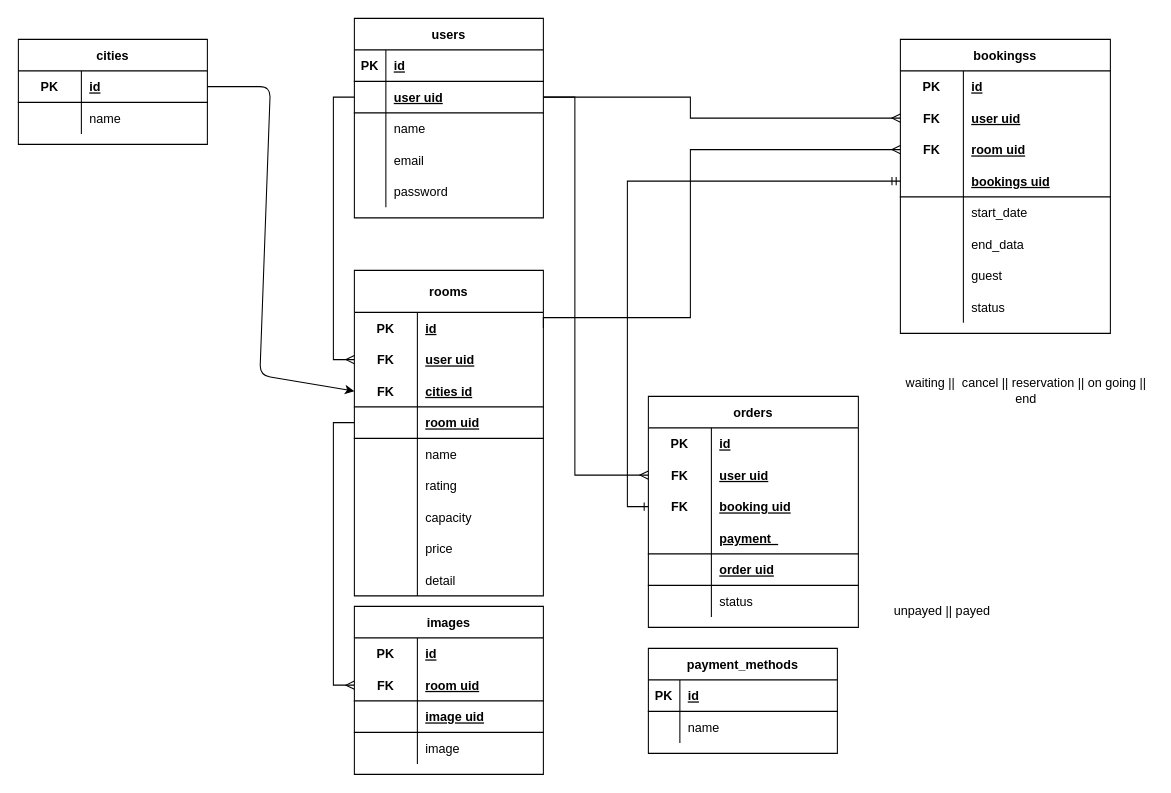
The draw.io diagram repository/erd/altaProject .drawio in AIRBNB-App-Project2/backend-airbnb, before the edit. Source tidied: cells renumbered, new cells numbered last; positions are measured from the earlier drawing's top-left corner, leaving out a move shared by most shapes. Both pictures are drawn from the tidied source at 105%, with x=0, y=0 at pixel (18, 18).
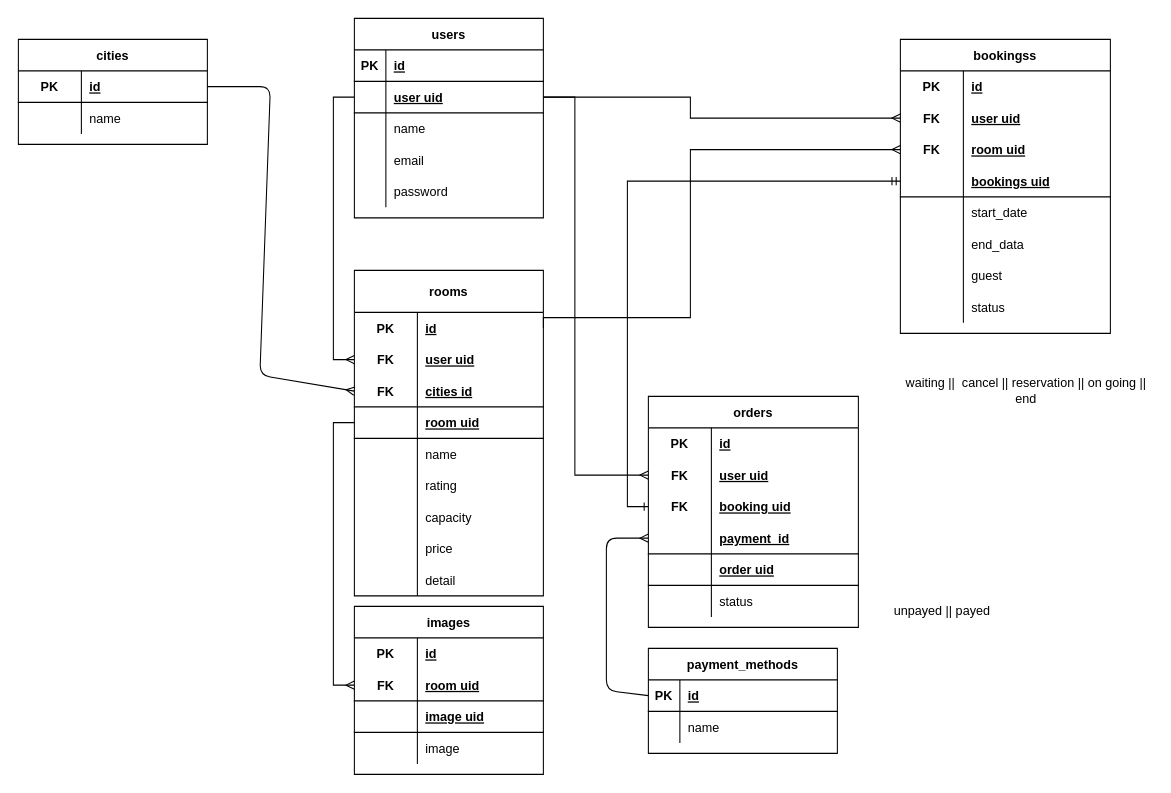
Above is the later version.

The change refers to these unchanged cells:
```xml
<mxCell id="26" style="shape=tableRow;horizontal=0;startSize=0;swimlaneHead=0;swimlaneBody=0;fillColor=none;points=[[0,0.5],[1,0.5]];portConstraint=eastwest;top=0;left=0;right=0;bottom=1;strokeColor=default;" parent="19" vertex="1">
  <mxGeometry y="100" width="180" height="30" as="geometry" />
</mxCell>
<mxCell id="98" style="shape=tableRow;horizontal=0;startSize=0;swimlaneHead=0;swimlaneBody=0;fillColor=none;points=[[0,0.5],[1,0.5]];portConstraint=eastwest;top=0;left=0;right=0;bottom=1;strokeColor=default;" parent="88" vertex="1">
  <mxGeometry y="120" width="200" height="30" as="geometry" />
</mxCell>
<mxCell id="109" style="shape=tableRow;horizontal=0;startSize=0;swimlaneHead=0;swimlaneBody=0;fillColor=none;points=[[0,0.5],[1,0.5]];portConstraint=eastwest;top=0;left=0;right=0;bottom=1;strokeColor=default;" parent="108" vertex="1">
  <mxGeometry y="30" width="180" height="30" as="geometry" />
</mxCell>
<mxCell id="119" style="shape=tableRow;horizontal=0;startSize=0;swimlaneHead=0;swimlaneBody=0;fillColor=none;points=[[0,0.5],[1,0.5]];portConstraint=eastwest;top=0;left=0;right=0;bottom=1;strokeColor=default;" parent="118" vertex="1">
  <mxGeometry y="30" width="180" height="30" as="geometry" />
</mxCell>
```

What changed in the source:
```diff
@@
-    <mxCell id="100" value="payment_" style="shape=partialRectangle;fillColor=none;top=0;left=0;bottom=0;right=0;align=left;spacingLeft=6;fontStyle=5;overflow=hidden;strokeColor=default;" parent="98" vertex="1">
+    <mxCell id="100" value="payment_id" style="shape=partialRectangle;fillColor=none;top=0;left=0;bottom=0;right=0;align=left;spacingLeft=6;fontStyle=5;overflow=hidden;strokeColor=default;" parent="98" vertex="1">
       <mxGeometry x="60" width="140" height="30" as="geometry" />
     </mxCell>
@@
-    <mxCell id="127" style="edgeStyle=none;html=1;exitX=1;exitY=0.5;exitDx=0;exitDy=0;entryX=0;entryY=0.5;entryDx=0;entryDy=0;" parent="1" edge="1" source="109" target="26">
+    <mxCell id="127" style="edgeStyle=none;html=1;exitX=1;exitY=0.5;exitDx=0;exitDy=0;entryX=0;entryY=0.5;entryDx=0;entryDy=0;endArrow=ERmany;endFill=0;" parent="1" edge="1" source="109" target="26">
       <mxGeometry relative="1" as="geometry">
         <Array as="points">
           <mxPoint x="240" y="65" />
           <mxPoint x="230" y="340" />
         </Array>
       </mxGeometry>
     </mxCell>
+    <mxCell id="128" style="edgeStyle=none;html=1;exitX=0;exitY=0.5;exitDx=0;exitDy=0;entryX=0;entryY=0.5;entryDx=0;entryDy=0;endArrow=ERmany;endFill=0;" parent="1" edge="1" source="119" target="98">
+      <mxGeometry relative="1" as="geometry">
+        <Array as="points">
+          <mxPoint x="560" y="640" />
+          <mxPoint x="560" y="495" />
+        </Array>
+      </mxGeometry>
+    </mxCell>
```
